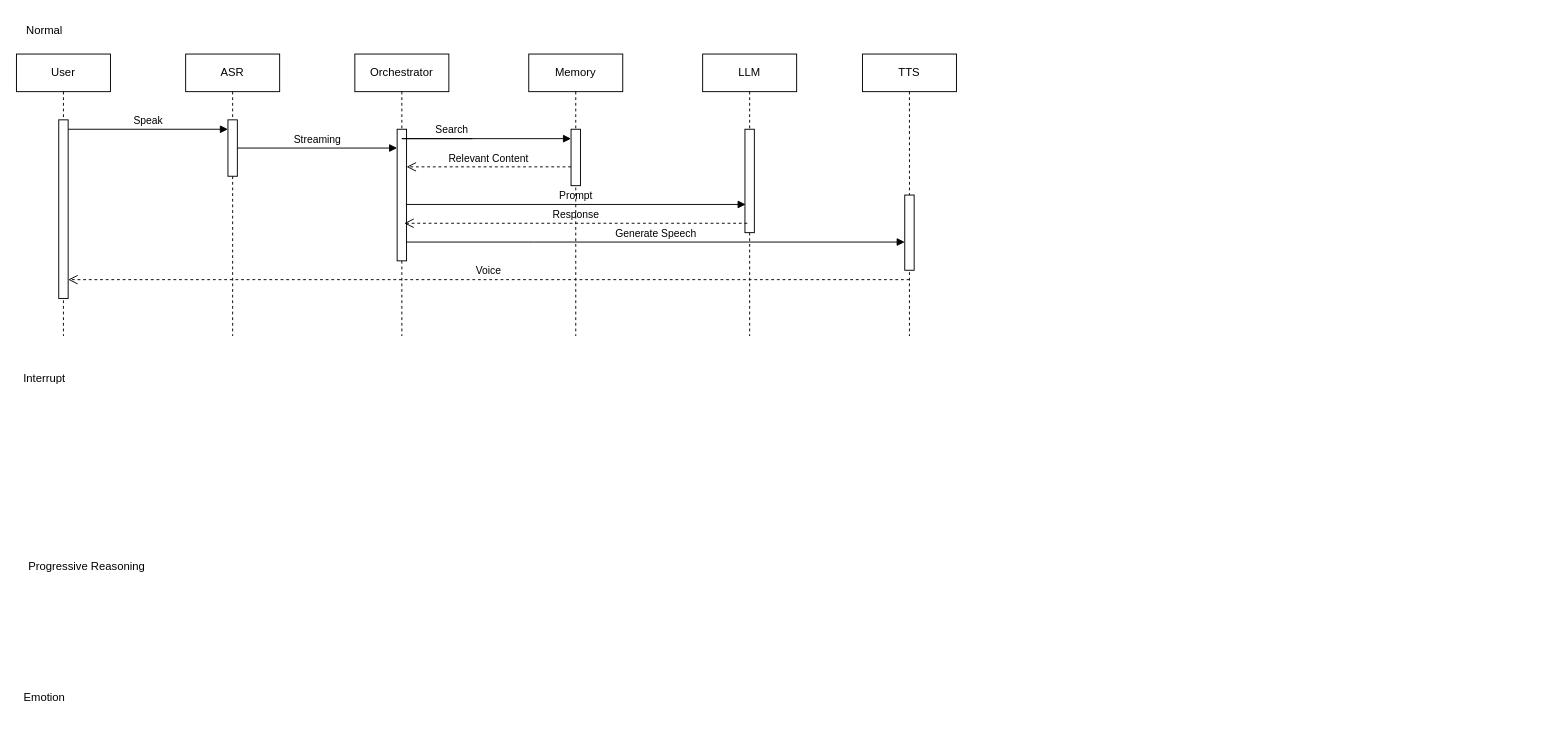
This is Sequence Diagram.drawio from 2ha-K/conversation-engine, a draw.io file, before an edit. Source tidied: cells renumbered, new cells numbered last; positions are measured from the earlier drawing's top-left corner, leaving out a move shared by most shapes. Both pictures are drawn from the tidied source at 94%, with x=0, y=0 at pixel (16, 16).
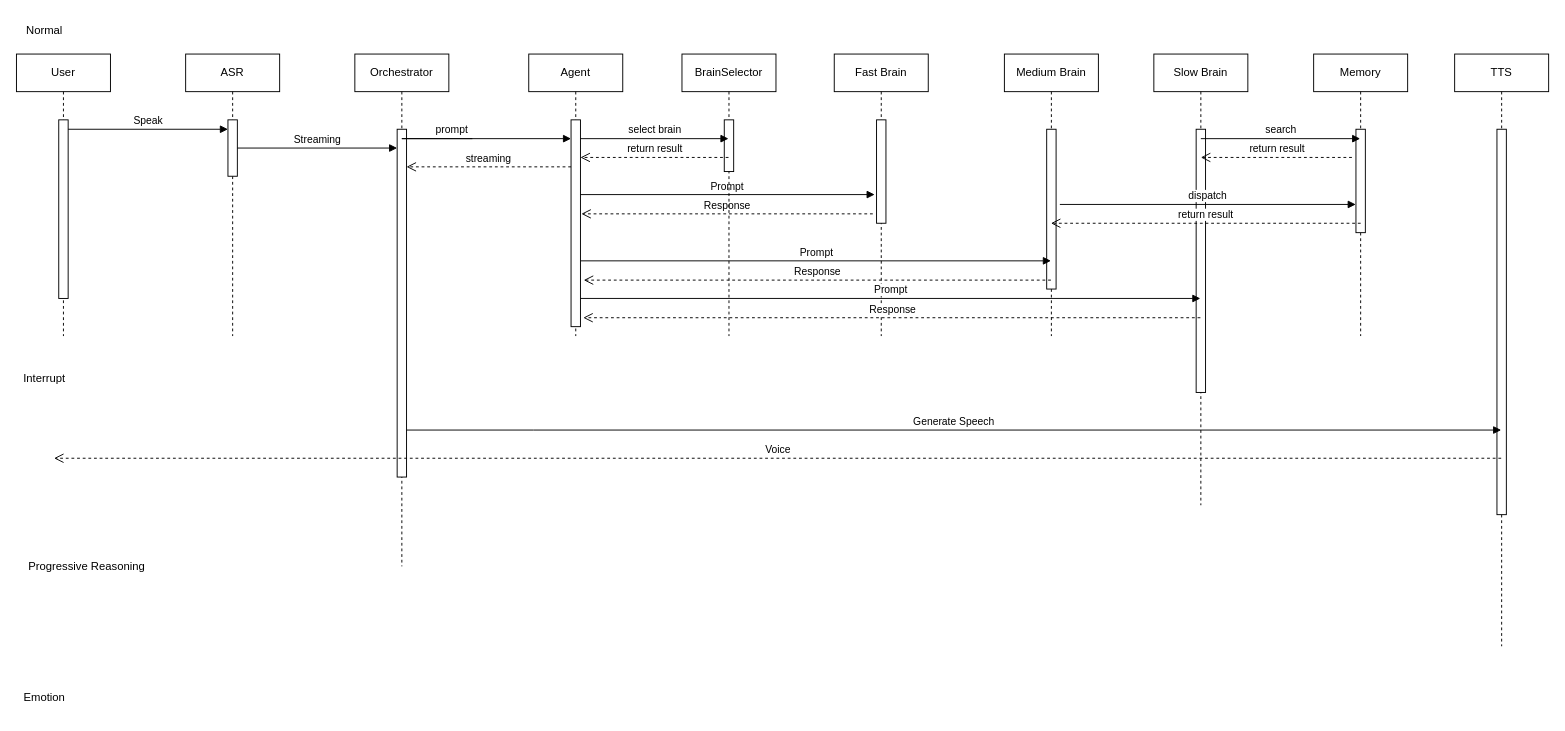
The same diagram, later.

The change refers to these unchanged cells:
```xml
<mxCell id="3" style="html=1;points=[[0,0,0,0,5],[0,1,0,0,-5],[1,0,0,0,5],[1,1,0,0,-5]];perimeter=orthogonalPerimeter;outlineConnect=0;targetShapes=umlLifeline;portConstraint=eastwest;newEdgeStyle={&quot;curved&quot;:0,&quot;rounded&quot;:0};" parent="2" vertex="1">
  <mxGeometry x="45" y="70" width="10" height="190" as="geometry" />
</mxCell>
```

The edit, as a diff of the source:
```diff
@@
     <mxCell id="6" value="Orchestrator" style="shape=umlLifeline;perimeter=lifelinePerimeter;whiteSpace=wrap;html=1;newEdgeStyle={&quot;curved&quot;:0,&quot;rounded&quot;:0};" parent="1" vertex="1">
-      <mxGeometry x="360" y="40" width="100" height="300" as="geometry" />
+      <mxGeometry x="360" y="40" width="100" height="545" as="geometry" />
     </mxCell>
     <mxCell id="7" style="html=1;points=[[0,0,0,0,5],[0,1,0,0,-5],[1,0,0,0,5],[1,1,0,0,-5]];perimeter=orthogonalPerimeter;outlineConnect=0;targetShapes=umlLifeline;portConstraint=eastwest;newEdgeStyle={&quot;curved&quot;:0,&quot;rounded&quot;:0};" parent="6" vertex="1">
-      <mxGeometry x="45" y="80" width="10" height="140" as="geometry" />
+      <mxGeometry x="45" y="80" width="10" height="370" as="geometry" />
     </mxCell>
-    <mxCell id="8" value="LLM" style="shape=umlLifeline;perimeter=lifelinePerimeter;whiteSpace=wrap;html=1;newEdgeStyle={&quot;curved&quot;:0,&quot;rounded&quot;:0};" parent="1" vertex="1">
-      <mxGeometry x="730" y="40" width="100" height="300" as="geometry" />
+    <mxCell id="8" value="Fast Brain" style="shape=umlLifeline;perimeter=lifelinePerimeter;whiteSpace=wrap;html=1;newEdgeStyle={&quot;curved&quot;:0,&quot;rounded&quot;:0};" parent="1" vertex="1">
+      <mxGeometry x="870" y="40" width="100" height="300" as="geometry" />
     </mxCell>
     <mxCell id="9" style="html=1;perimeter=orthogonalPerimeter;targetShapes=umlLifeline;newEdgeStyle={&quot;curved&quot;:0,&quot;rounded&quot;:0};" parent="8" vertex="1">
-      <mxGeometry x="45" y="80" width="10" height="110" as="geometry" />
+      <mxGeometry x="45" y="70" width="10" height="110" as="geometry" />
     </mxCell>
     <mxCell id="10" value="TTS" style="shape=umlLifeline;perimeter=lifelinePerimeter;whiteSpace=wrap;html=1;outlineConnect=0;portConstraint=eastwest;newEdgeStyle={&quot;curved&quot;:0,&quot;rounded&quot;:0};" parent="1" vertex="1">
-      <mxGeometry x="900" y="40" width="100" height="300" as="geometry" />
+      <mxGeometry x="1530" y="40" width="100" height="630" as="geometry" />
     </mxCell>
     <mxCell id="11" style="html=1;perimeter=orthogonalPerimeter;targetShapes=umlLifeline;newEdgeStyle={&quot;curved&quot;:0,&quot;rounded&quot;:0};" parent="10" vertex="1">
-      <mxGeometry x="45" y="150" width="10" height="80" as="geometry" />
+      <mxGeometry x="45" y="80" width="10" height="410" as="geometry" />
     </mxCell>
@@
     <mxCell id="14" value="Prompt" style="html=1;verticalAlign=bottom;endArrow=block;curved=0;rounded=0;" parent="1" edge="1">
       <mxGeometry relative="1" as="geometry">
-        <mxPoint x="414.2" y="200" as="sourcePoint" />
-        <mxPoint x="775.8" y="200" as="targetPoint" />
+        <mxPoint x="598" y="189.5" as="sourcePoint" />
+        <mxPoint x="913" y="189.5" as="targetPoint" />
       </mxGeometry>
     </mxCell>
     <mxCell id="15" value="Response" style="html=1;verticalAlign=bottom;endArrow=open;dashed=1;endSize=8;curved=0;rounded=0;exitX=0.5;exitY=0.58;exitDx=0;exitDy=0;exitPerimeter=0;" parent="1" edge="1">
       <mxGeometry relative="1" as="geometry">
-        <mxPoint x="777.5" y="220" as="sourcePoint" />
-        <mxPoint x="412.5" y="220" as="targetPoint" />
+        <mxPoint x="911" y="210" as="sourcePoint" />
+        <mxPoint x="601" y="210" as="targetPoint" />
       </mxGeometry>
     </mxCell>
-    <mxCell id="16" value="Generate Speech" style="html=1;verticalAlign=bottom;endArrow=block;curved=0;rounded=0;" parent="1" edge="1">
+    <mxCell id="16" value="Generate Speech" style="html=1;verticalAlign=bottom;endArrow=block;curved=0;rounded=0;" parent="1" edge="1" target="10">
       <mxGeometry relative="1" as="geometry">
-        <mxPoint x="415" y="240" as="sourcePoint" />
-        <mxPoint x="945" y="240" as="targetPoint" />
+        <mxPoint x="415" y="440" as="sourcePoint" />
         <Array as="points">
-          <mxPoint x="550" y="240" />
+          <mxPoint x="550" y="440" />
         </Array>
       </mxGeometry>
     </mxCell>
-    <mxCell id="17" value="Memory" style="shape=umlLifeline;perimeter=lifelinePerimeter;whiteSpace=wrap;html=1;newEdgeStyle={&quot;curved&quot;:0,&quot;rounded&quot;:0};" parent="1" vertex="1">
+    <mxCell id="17" value="Agent" style="shape=umlLifeline;perimeter=lifelinePerimeter;whiteSpace=wrap;html=1;newEdgeStyle={&quot;curved&quot;:0,&quot;rounded&quot;:0};" parent="1" vertex="1">
       <mxGeometry x="545" y="40" width="100" height="300" as="geometry" />
     </mxCell>
     <mxCell id="18" style="html=1;points=[[0,0,0,0,5],[0,1,0,0,-5],[1,0,0,0,5],[1,1,0,0,-5]];perimeter=orthogonalPerimeter;outlineConnect=0;targetShapes=umlLifeline;portConstraint=eastwest;newEdgeStyle={&quot;curved&quot;:0,&quot;rounded&quot;:0};" parent="17" vertex="1">
-      <mxGeometry x="45" y="80" width="10" height="60" as="geometry" />
+      <mxGeometry x="45" y="70" width="10" height="220" as="geometry" />
     </mxCell>
-    <mxCell id="19" value="Search" style="html=1;verticalAlign=bottom;endArrow=block;curved=0;rounded=0;" parent="1" edge="1" target="18">
+    <mxCell id="19" value="prompt" style="html=1;verticalAlign=bottom;endArrow=block;curved=0;rounded=0;" parent="1" edge="1" target="18">
       <mxGeometry relative="1" as="geometry">
         <mxPoint x="485" y="130" as="sourcePoint" />
         <Array as="points">
           <mxPoint x="410" y="130" />
         </Array>
       </mxGeometry>
     </mxCell>
-    <mxCell id="20" value="Relevant Content" style="html=1;verticalAlign=bottom;endArrow=open;dashed=1;endSize=8;curved=0;rounded=0;" parent="1" edge="1" target="7">
+    <mxCell id="20" value="streaming" style="html=1;verticalAlign=bottom;endArrow=open;dashed=1;endSize=8;curved=0;rounded=0;" parent="1" edge="1" target="7">
       <mxGeometry relative="1" as="geometry">
         <mxPoint x="590" y="160" as="sourcePoint" />
       </mxGeometry>
     </mxCell>
-    <mxCell id="21" value="Voice" style="html=1;verticalAlign=bottom;endArrow=open;dashed=1;endSize=8;curved=0;rounded=0;" parent="1" edge="1" target="3">
+    <mxCell id="21" value="Voice" style="html=1;verticalAlign=bottom;endArrow=open;dashed=1;endSize=8;curved=0;rounded=0;" parent="1" edge="1" source="10">
       <mxGeometry relative="1" as="geometry">
-        <mxPoint x="950" y="280" as="sourcePoint" />
+        <mxPoint x="40" y="470" as="targetPoint" />
         <Array as="points">
-          <mxPoint x="575" y="280" />
+          <mxPoint x="560" y="470" />
         </Array>
       </mxGeometry>
     </mxCell>
@@
+    <mxCell id="26" value="Medium Brain" style="shape=umlLifeline;perimeter=lifelinePerimeter;whiteSpace=wrap;html=1;outlineConnect=0;portConstraint=eastwest;newEdgeStyle={&quot;curved&quot;:0,&quot;rounded&quot;:0};" parent="1" vertex="1">
+      <mxGeometry x="1051" y="40" width="100" height="300" as="geometry" />
+    </mxCell>
+    <mxCell id="27" style="html=1;perimeter=orthogonalPerimeter;targetShapes=umlLifeline;newEdgeStyle={&quot;curved&quot;:0,&quot;rounded&quot;:0};" parent="26" vertex="1">
+      <mxGeometry x="45" y="80" width="10" height="170" as="geometry" />
+    </mxCell>
+    <mxCell id="28" value="Slow Brain" style="shape=umlLifeline;perimeter=lifelinePerimeter;whiteSpace=wrap;html=1;outlineConnect=0;portConstraint=eastwest;newEdgeStyle={&quot;curved&quot;:0,&quot;rounded&quot;:0};" parent="1" vertex="1">
+      <mxGeometry x="1210" y="40" width="100" height="480" as="geometry" />
+    </mxCell>
+    <mxCell id="29" value=" " style="html=1;perimeter=orthogonalPerimeter;targetShapes=umlLifeline;newEdgeStyle={&quot;curved&quot;:0,&quot;rounded&quot;:0};" parent="28" vertex="1">
+      <mxGeometry x="45" y="80" width="10" height="280" as="geometry" />
+    </mxCell>
+    <mxCell id="30" value="Memory" style="shape=umlLifeline;perimeter=lifelinePerimeter;whiteSpace=wrap;html=1;newEdgeStyle={&quot;curved&quot;:0,&quot;rounded&quot;:0};" parent="1" vertex="1">
+      <mxGeometry x="1380" y="40" width="100" height="300" as="geometry" />
+    </mxCell>
+    <mxCell id="31" style="html=1;perimeter=orthogonalPerimeter;targetShapes=umlLifeline;newEdgeStyle={&quot;curved&quot;:0,&quot;rounded&quot;:0};" parent="30" vertex="1">
+      <mxGeometry x="45" y="80" width="10" height="110" as="geometry" />
+    </mxCell>
+    <mxCell id="32" value="BrainSelector" style="shape=umlLifeline;perimeter=lifelinePerimeter;whiteSpace=wrap;html=1;outlineConnect=0;portConstraint=eastwest;newEdgeStyle={&quot;curved&quot;:0,&quot;rounded&quot;:0};" parent="1" vertex="1">
+      <mxGeometry x="708" y="40" width="100" height="300" as="geometry" />
+    </mxCell>
+    <mxCell id="33" style="html=1;perimeter=orthogonalPerimeter;targetShapes=umlLifeline;newEdgeStyle={&quot;curved&quot;:0,&quot;rounded&quot;:0};" parent="32" vertex="1">
+      <mxGeometry x="45" y="70" width="10" height="55" as="geometry" />
+    </mxCell>
+    <mxCell id="34" value="search" style="html=1;verticalAlign=bottom;endArrow=block;curved=0;rounded=0;" parent="1" edge="1">
+      <mxGeometry relative="1" as="geometry">
+        <mxPoint x="1260" y="130" as="sourcePoint" />
+        <mxPoint x="1429.5" y="130" as="targetPoint" />
+      </mxGeometry>
+    </mxCell>
+    <mxCell id="35" value="return result" style="html=1;verticalAlign=bottom;endArrow=open;dashed=1;endSize=8;curved=0;rounded=0;" parent="1" edge="1">
+      <mxGeometry relative="1" as="geometry">
+        <mxPoint x="1420.7" y="150" as="sourcePoint" />
+        <mxPoint x="1260" y="150" as="targetPoint" />
+      </mxGeometry>
+    </mxCell>
+    <mxCell id="36" value="dispatch" style="html=1;verticalAlign=bottom;endArrow=block;curved=0;rounded=0;" parent="1" edge="1">
+      <mxGeometry relative="1" as="geometry">
+        <mxPoint x="1110" y="200" as="sourcePoint" />
+        <mxPoint x="1424.8" y="200" as="targetPoint" />
+      </mxGeometry>
+    </mxCell>
+    <mxCell id="37" value="return result" style="html=1;verticalAlign=bottom;endArrow=open;dashed=1;endSize=8;curved=0;rounded=0;" parent="1" edge="1" target="26">
+      <mxGeometry relative="1" as="geometry">
+        <mxPoint x="1430" y="220" as="sourcePoint" />
+      </mxGeometry>
+    </mxCell>
+    <mxCell id="38" value="select brain" style="html=1;verticalAlign=bottom;endArrow=block;curved=0;rounded=0;" parent="1" edge="1" target="32">
+      <mxGeometry relative="1" as="geometry">
+        <mxPoint x="600" y="130" as="sourcePoint" />
+      </mxGeometry>
+    </mxCell>
+    <mxCell id="39" value="return result" style="html=1;verticalAlign=bottom;endArrow=open;dashed=1;endSize=8;curved=0;rounded=0;" parent="1" edge="1" source="32">
+      <mxGeometry relative="1" as="geometry">
+        <mxPoint x="600" y="150" as="targetPoint" />
+      </mxGeometry>
+    </mxCell>
+    <mxCell id="40" value="Prompt" style="html=1;verticalAlign=bottom;endArrow=block;curved=0;rounded=0;" parent="1" edge="1" target="26">
+      <mxGeometry relative="1" as="geometry">
+        <mxPoint x="600.5" y="260" as="sourcePoint" />
+      </mxGeometry>
+    </mxCell>
+    <mxCell id="41" value="Response" style="html=1;verticalAlign=bottom;endArrow=open;dashed=1;endSize=8;curved=0;rounded=0;" parent="1" edge="1" source="26">
+      <mxGeometry relative="1" as="geometry">
+        <mxPoint x="603.5" y="280.5" as="targetPoint" />
+      </mxGeometry>
+    </mxCell>
+    <mxCell id="42" value="Prompt" style="html=1;verticalAlign=bottom;endArrow=block;curved=0;rounded=0;" parent="1" edge="1" target="28">
+      <mxGeometry relative="1" as="geometry">
+        <mxPoint x="600" y="300" as="sourcePoint" />
+      </mxGeometry>
+    </mxCell>
+    <mxCell id="43" value="Response" style="html=1;verticalAlign=bottom;endArrow=open;dashed=1;endSize=8;curved=0;rounded=0;" parent="1" edge="1" source="28">
+      <mxGeometry relative="1" as="geometry">
+        <mxPoint x="603" y="320.5" as="targetPoint" />
+      </mxGeometry>
+    </mxCell>
```
